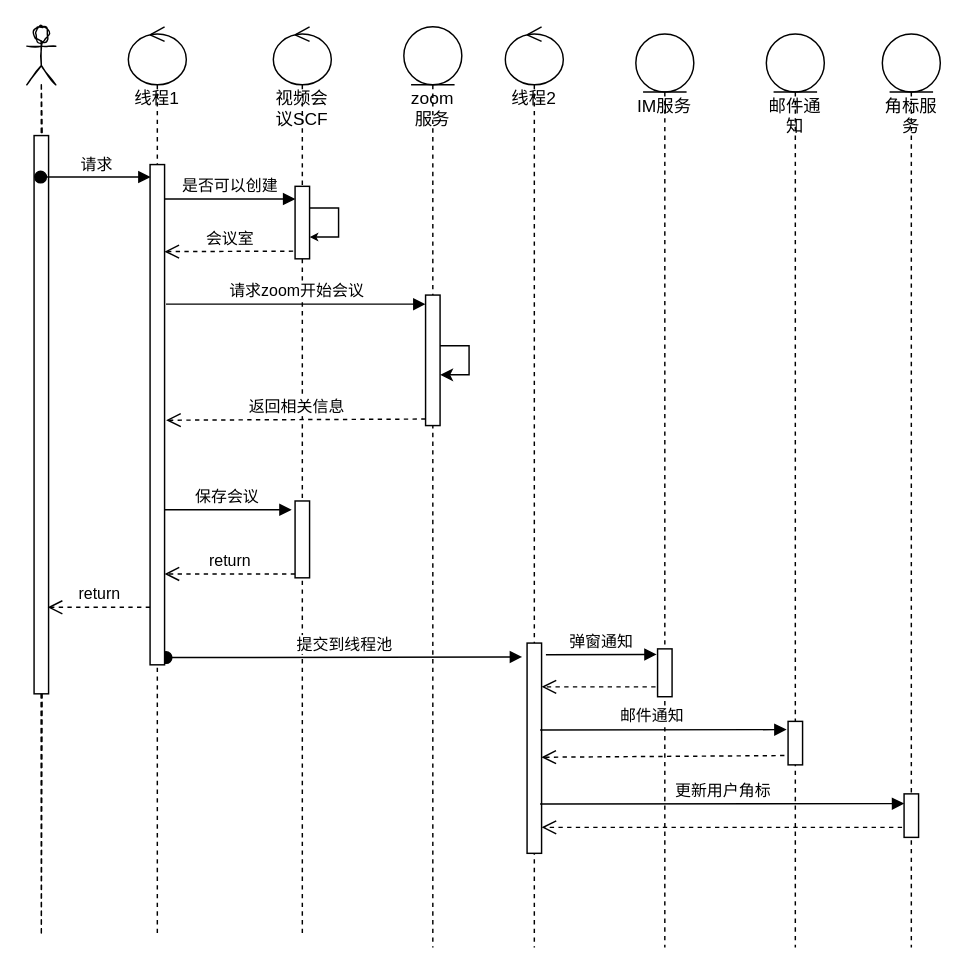
Before: page "第 4 页" (5 of 12) of shuzhi.drawio in nullbull/uml, a draw.io diagram. Source tidied: cells renumbered, new cells numbered last; positions are measured from the earlier drawing's top-left corner, leaving out a move shared by most shapes. Both pictures are drawn from the tidied source at 145%, with x=0, y=0 at pixel (26, 26).
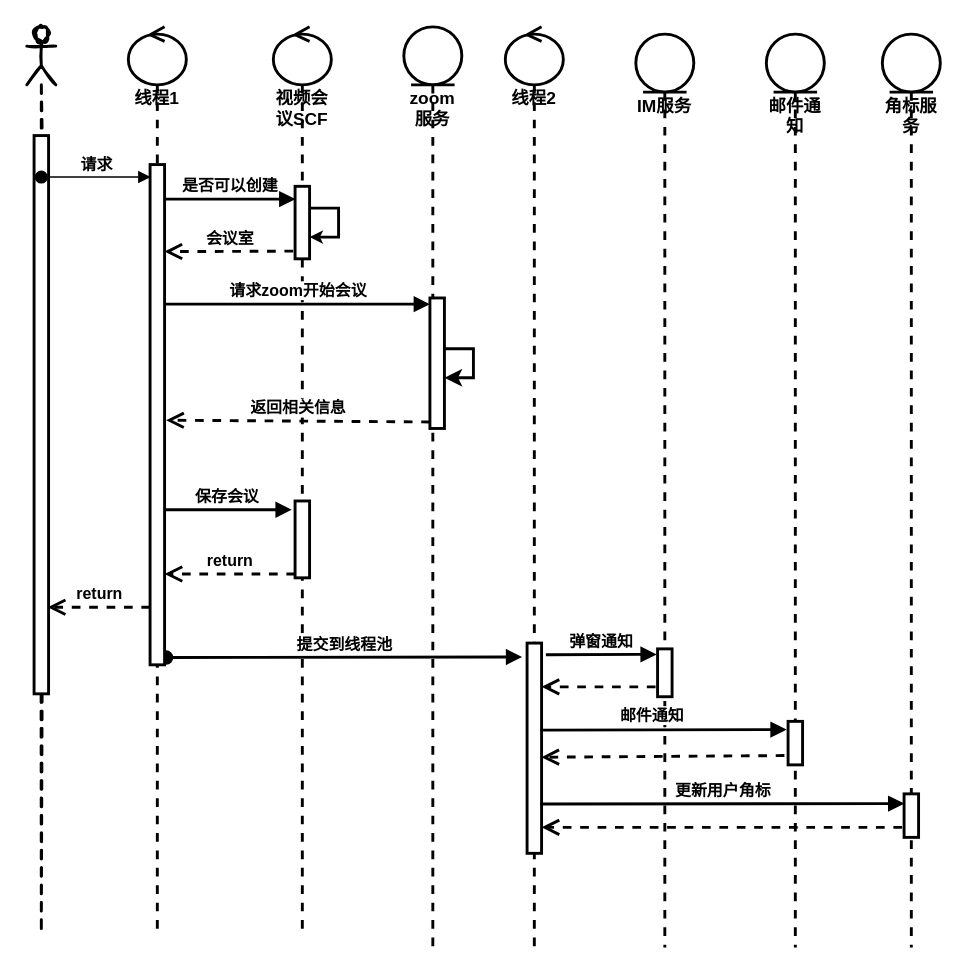
The same diagram, later.

Change to the diagram source:
```diff
@@
-    <mxCell id="2" style="shape=umlLifeline;participant=umlActor;perimeter=lifelinePerimeter;whiteSpace=wrap;html=1;verticalAlign=top;spacingTop=36;outlineConnect=0;sketch=1;" parent="1" vertex="1">
+    <mxCell id="2" style="shape=umlLifeline;participant=umlActor;perimeter=lifelinePerimeter;whiteSpace=wrap;html=1;verticalAlign=top;spacingTop=36;outlineConnect=0;sketch=1;fontStyle=1;strokeWidth=2;" parent="1" vertex="1">
       <mxGeometry width="20" height="625" as="geometry" />
     </mxCell>
-    <mxCell id="3" style="html=1;points=[];perimeter=orthogonalPerimeter;" parent="2" vertex="1">
+    <mxCell id="3" style="html=1;points=[];perimeter=orthogonalPerimeter;fontStyle=1;strokeWidth=2;" parent="2" vertex="1">
       <mxGeometry x="5" y="75" width="10" height="385" as="geometry" />
     </mxCell>
-    <mxCell id="4" value="线程1" style="shape=umlLifeline;participant=umlControl;perimeter=lifelinePerimeter;whiteSpace=wrap;html=1;verticalAlign=top;spacingTop=36;" parent="1" vertex="1">
+    <mxCell id="4" value="线程1" style="shape=umlLifeline;participant=umlControl;perimeter=lifelinePerimeter;whiteSpace=wrap;html=1;verticalAlign=top;spacingTop=36;fontStyle=1;strokeWidth=2;" parent="1" vertex="1">
       <mxGeometry x="70" width="40" height="625" as="geometry" />
     </mxCell>
-    <mxCell id="5" value="视频会议SCF" style="shape=umlLifeline;participant=umlControl;perimeter=lifelinePerimeter;whiteSpace=wrap;html=1;verticalAlign=top;spacingTop=36;" parent="1" vertex="1">
+    <mxCell id="5" value="视频会议SCF" style="shape=umlLifeline;participant=umlControl;perimeter=lifelinePerimeter;whiteSpace=wrap;html=1;verticalAlign=top;spacingTop=36;fontStyle=1;strokeWidth=2;" parent="1" vertex="1">
       <mxGeometry x="170" width="40" height="625" as="geometry" />
     </mxCell>
-    <mxCell id="6" style="html=1;points=[];perimeter=orthogonalPerimeter;" parent="5" vertex="1">
+    <mxCell id="6" style="html=1;points=[];perimeter=orthogonalPerimeter;fontStyle=1;strokeWidth=2;" parent="5" vertex="1">
       <mxGeometry x="15" y="110" width="10" height="50" as="geometry" />
     </mxCell>
-    <mxCell id="7" style="html=1;points=[];perimeter=orthogonalPerimeter;" parent="5" vertex="1">
+    <mxCell id="7" style="html=1;points=[];perimeter=orthogonalPerimeter;fontStyle=1;strokeWidth=2;" parent="5" vertex="1">
       <mxGeometry x="15" y="327" width="10" height="53" as="geometry" />
     </mxCell>
-    <mxCell id="8" style="edgeStyle=none;rounded=0;orthogonalLoop=1;jettySize=auto;html=1;startSize=3;endSize=3;fontFamily=Comic Sans MS;fontSize=13;" parent="5" edge="1" source="6" target="6">
+    <mxCell id="8" style="edgeStyle=none;rounded=0;orthogonalLoop=1;jettySize=auto;html=1;startSize=3;endSize=3;fontFamily=Comic Sans MS;fontSize=13;fontStyle=1;strokeWidth=2;" parent="5" edge="1" source="6" target="6">
       <mxGeometry relative="1" as="geometry" />
     </mxCell>
-    <mxCell id="9" value="请求" style="html=1;verticalAlign=bottom;startArrow=oval;endArrow=block;startSize=8;entryX=0.038;entryY=0.025;entryDx=0;entryDy=0;entryPerimeter=0;" parent="1" edge="1" source="2" target="36">
+    <mxCell id="9" value="请求" style="html=1;verticalAlign=bottom;startArrow=oval;endArrow=block;startSize=8;entryX=0.038;entryY=0.025;entryDx=0;entryDy=0;entryPerimeter=0;fontStyle=1;" parent="1" edge="1" source="2" target="36">
       <mxGeometry relative="1" as="geometry" />
     </mxCell>
-    <mxCell id="10" value="zoom服务" style="shape=umlLifeline;participant=umlEntity;perimeter=lifelinePerimeter;whiteSpace=wrap;html=1;verticalAlign=top;spacingTop=36;" parent="1" vertex="1">
+    <mxCell id="10" value="zoom服务" style="shape=umlLifeline;participant=umlEntity;perimeter=lifelinePerimeter;whiteSpace=wrap;html=1;verticalAlign=top;spacingTop=36;fontStyle=1;strokeWidth=2;" parent="1" vertex="1">
       <mxGeometry x="260" width="40" height="635" as="geometry" />
     </mxCell>
-    <mxCell id="11" style="html=1;points=[];perimeter=orthogonalPerimeter;" parent="10" vertex="1">
-      <mxGeometry x="15" y="185" width="10" height="90" as="geometry" />
+    <mxCell id="11" style="html=1;points=[];perimeter=orthogonalPerimeter;fontStyle=1;strokeWidth=2;" parent="10" vertex="1">
+      <mxGeometry x="18" y="187" width="10" height="90" as="geometry" />
     </mxCell>
-    <mxCell id="12" style="edgeStyle=none;rounded=0;orthogonalLoop=1;jettySize=auto;html=1;" parent="10" edge="1" source="11" target="11">
+    <mxCell id="12" style="edgeStyle=none;rounded=0;orthogonalLoop=1;jettySize=auto;html=1;fontStyle=1;strokeWidth=2;" parent="10" edge="1" source="11" target="11">
       <mxGeometry relative="1" as="geometry" />
     </mxCell>
-    <mxCell id="13" value="IM服务" style="shape=umlLifeline;participant=umlEntity;perimeter=lifelinePerimeter;whiteSpace=wrap;html=1;verticalAlign=top;spacingTop=36;" parent="1" vertex="1">
+    <mxCell id="13" value="IM服务" style="shape=umlLifeline;participant=umlEntity;perimeter=lifelinePerimeter;whiteSpace=wrap;html=1;verticalAlign=top;spacingTop=36;fontStyle=1;strokeWidth=2;" parent="1" vertex="1">
       <mxGeometry x="420" y="5" width="40" height="630" as="geometry" />
     </mxCell>
-    <mxCell id="14" style="html=1;points=[];perimeter=orthogonalPerimeter;" parent="13" vertex="1">
+    <mxCell id="14" style="html=1;points=[];perimeter=orthogonalPerimeter;fontStyle=1;strokeWidth=2;" parent="13" vertex="1">
       <mxGeometry x="15" y="424" width="10" height="33" as="geometry" />
     </mxCell>
-    <mxCell id="15" value="是否可以创建" style="html=1;verticalAlign=bottom;endArrow=block;entryX=0.02;entryY=0.176;entryDx=0;entryDy=0;entryPerimeter=0;" parent="1" edge="1" source="36" target="6">
+    <mxCell id="15" value="是否可以创建" style="html=1;verticalAlign=bottom;endArrow=block;entryX=0.02;entryY=0.176;entryDx=0;entryDy=0;entryPerimeter=0;fontStyle=1;strokeWidth=2;" parent="1" edge="1" source="36" target="6">
       <mxGeometry relative="1" as="geometry" />
     </mxCell>
-    <mxCell id="16" value="邮件通知" style="shape=umlLifeline;participant=umlEntity;perimeter=lifelinePerimeter;whiteSpace=wrap;html=1;verticalAlign=top;spacingTop=36;" parent="1" vertex="1">
+    <mxCell id="16" value="邮件通知" style="shape=umlLifeline;participant=umlEntity;perimeter=lifelinePerimeter;whiteSpace=wrap;html=1;verticalAlign=top;spacingTop=36;fontStyle=1;strokeWidth=2;" parent="1" vertex="1">
       <mxGeometry x="510" y="5" width="40" height="630" as="geometry" />
     </mxCell>
-    <mxCell id="17" style="html=1;points=[];perimeter=orthogonalPerimeter;" parent="16" vertex="1">
+    <mxCell id="17" style="html=1;points=[];perimeter=orthogonalPerimeter;fontStyle=1;strokeWidth=2;" parent="16" vertex="1">
       <mxGeometry x="15" y="474" width="10" height="30" as="geometry" />
     </mxCell>
-    <mxCell id="18" value="角标服务" style="shape=umlLifeline;participant=umlEntity;perimeter=lifelinePerimeter;whiteSpace=wrap;html=1;verticalAlign=top;spacingTop=36;" parent="1" vertex="1">
+    <mxCell id="18" value="角标服务" style="shape=umlLifeline;participant=umlEntity;perimeter=lifelinePerimeter;whiteSpace=wrap;html=1;verticalAlign=top;spacingTop=36;fontStyle=1;strokeWidth=2;" parent="1" vertex="1">
       <mxGeometry x="590" y="5" width="40" height="630" as="geometry" />
     </mxCell>
-    <mxCell id="19" style="html=1;points=[];perimeter=orthogonalPerimeter;" parent="18" vertex="1">
+    <mxCell id="19" style="html=1;points=[];perimeter=orthogonalPerimeter;fontStyle=1;strokeWidth=2;" parent="18" vertex="1">
       <mxGeometry x="15" y="524" width="10" height="30" as="geometry" />
     </mxCell>
-    <mxCell id="20" value="会议室" style="html=1;verticalAlign=bottom;endArrow=open;dashed=1;endSize=8;exitX=-0.133;exitY=0.894;exitDx=0;exitDy=0;exitPerimeter=0;entryX=0.99;entryY=0.174;entryDx=0;entryDy=0;entryPerimeter=0;" parent="1" edge="1" source="6" target="36">
+    <mxCell id="20" value="会议室" style="html=1;verticalAlign=bottom;endArrow=open;dashed=1;endSize=8;exitX=-0.133;exitY=0.894;exitDx=0;exitDy=0;exitPerimeter=0;entryX=0.99;entryY=0.174;entryDx=0;entryDy=0;entryPerimeter=0;fontStyle=1;strokeWidth=2;" parent="1" edge="1" source="6" target="36">
       <mxGeometry relative="1" as="geometry" />
     </mxCell>
-    <mxCell id="21" value="请求zoom开始会议" style="html=1;verticalAlign=bottom;endArrow=block;exitX=1.1;exitY=0.279;exitDx=0;exitDy=0;exitPerimeter=0;" parent="1" edge="1" source="36" target="11">
+    <mxCell id="21" value="请求zoom开始会议" style="html=1;verticalAlign=bottom;endArrow=block;exitX=1.1;exitY=0.279;exitDx=0;exitDy=0;exitPerimeter=0;fontStyle=1;strokeWidth=2;" parent="1" edge="1" source="36" target="11">
       <mxGeometry relative="1" as="geometry" />
     </mxCell>
-    <mxCell id="22" value="返回相关信息" style="html=1;verticalAlign=bottom;endArrow=open;dashed=1;endSize=8;exitX=0;exitY=0.95;entryX=1.105;entryY=0.511;entryDx=0;entryDy=0;entryPerimeter=0;" parent="1" edge="1" source="11" target="36">
+    <mxCell id="22" value="返回相关信息" style="html=1;verticalAlign=bottom;endArrow=open;dashed=1;endSize=8;exitX=0;exitY=0.95;entryX=1.105;entryY=0.511;entryDx=0;entryDy=0;entryPerimeter=0;fontStyle=1;strokeWidth=2;" parent="1" edge="1" source="11" target="36">
       <mxGeometry relative="1" as="geometry" />
     </mxCell>
-    <mxCell id="23" value="return" style="html=1;verticalAlign=bottom;endArrow=open;dashed=1;endSize=8;exitX=0;exitY=0.95;" parent="1" edge="1" source="7" target="36">
+    <mxCell id="23" value="return" style="html=1;verticalAlign=bottom;endArrow=open;dashed=1;endSize=8;exitX=0;exitY=0.95;fontStyle=1;strokeWidth=2;" parent="1" edge="1" source="7" target="36">
       <mxGeometry relative="1" as="geometry" />
     </mxCell>
-    <mxCell id="24" value="return" style="html=1;verticalAlign=bottom;endArrow=open;dashed=1;endSize=8;entryX=0.94;entryY=0.845;entryDx=0;entryDy=0;entryPerimeter=0;" parent="1" edge="1" source="36" target="3">
+    <mxCell id="24" value="return" style="html=1;verticalAlign=bottom;endArrow=open;dashed=1;endSize=8;entryX=0.94;entryY=0.845;entryDx=0;entryDy=0;entryPerimeter=0;fontStyle=1;strokeWidth=2;" parent="1" edge="1" source="36" target="3">
       <mxGeometry relative="1" as="geometry" />
     </mxCell>
-    <mxCell id="25" value="保存会议" style="html=1;verticalAlign=bottom;endArrow=block;entryX=-0.233;entryY=0.114;entryDx=0;entryDy=0;entryPerimeter=0;exitX=0.929;exitY=0.69;exitDx=0;exitDy=0;exitPerimeter=0;" parent="1" edge="1" source="36" target="7">
+    <mxCell id="25" value="保存会议" style="html=1;verticalAlign=bottom;endArrow=block;entryX=-0.233;entryY=0.114;entryDx=0;entryDy=0;entryPerimeter=0;exitX=0.929;exitY=0.69;exitDx=0;exitDy=0;exitPerimeter=0;fontStyle=1;strokeWidth=2;" parent="1" edge="1" source="36" target="7">
       <mxGeometry relative="1" as="geometry" />
     </mxCell>
-    <mxCell id="26" value="线程2" style="shape=umlLifeline;participant=umlControl;perimeter=lifelinePerimeter;whiteSpace=wrap;html=1;verticalAlign=top;spacingTop=36;" parent="1" vertex="1">
+    <mxCell id="26" value="线程2" style="shape=umlLifeline;participant=umlControl;perimeter=lifelinePerimeter;whiteSpace=wrap;html=1;verticalAlign=top;spacingTop=36;fontStyle=1;strokeWidth=2;" parent="1" vertex="1">
       <mxGeometry x="330" width="40" height="635" as="geometry" />
     </mxCell>
-    <mxCell id="27" style="html=1;points=[];perimeter=orthogonalPerimeter;" parent="26" vertex="1">
+    <mxCell id="27" style="html=1;points=[];perimeter=orthogonalPerimeter;fontStyle=1;strokeWidth=2;" parent="26" vertex="1">
       <mxGeometry x="15" y="425" width="10" height="145" as="geometry" />
     </mxCell>
-    <mxCell id="28" value="提交到线程池" style="html=1;verticalAlign=bottom;startArrow=oval;endArrow=block;startSize=8;entryX=-0.34;entryY=0.066;entryDx=0;entryDy=0;entryPerimeter=0;" parent="1" edge="1" target="27">
+    <mxCell id="28" value="提交到线程池" style="html=1;verticalAlign=bottom;startArrow=oval;endArrow=block;startSize=8;entryX=-0.34;entryY=0.066;entryDx=0;entryDy=0;entryPerimeter=0;fontStyle=1;strokeWidth=2;" parent="1" edge="1" target="27">
       <mxGeometry relative="1" as="geometry">
         <mxPoint x="96" y="435" as="sourcePoint" />
       </mxGeometry>
     </mxCell>
-    <mxCell id="29" value="弹窗通知" style="html=1;verticalAlign=bottom;endArrow=block;entryX=-0.06;entryY=0.115;entryDx=0;entryDy=0;entryPerimeter=0;" parent="1" edge="1" target="14">
+    <mxCell id="29" value="弹窗通知" style="html=1;verticalAlign=bottom;endArrow=block;entryX=-0.06;entryY=0.115;entryDx=0;entryDy=0;entryPerimeter=0;fontStyle=1;strokeWidth=2;" parent="1" edge="1" target="14">
       <mxGeometry relative="1" as="geometry">
         <mxPoint x="358" y="433" as="sourcePoint" />
       </mxGeometry>
     </mxCell>
-    <mxCell id="30" style="html=1;verticalAlign=bottom;endArrow=open;dashed=1;endSize=8;exitX=-0.14;exitY=0.794;exitDx=0;exitDy=0;exitPerimeter=0;" parent="1" edge="1" source="14" target="27">
+    <mxCell id="30" style="html=1;verticalAlign=bottom;endArrow=open;dashed=1;endSize=8;exitX=-0.14;exitY=0.794;exitDx=0;exitDy=0;exitPerimeter=0;fontStyle=1;strokeWidth=2;" parent="1" edge="1" source="14" target="27">
       <mxGeometry relative="1" as="geometry" />
     </mxCell>
-    <mxCell id="31" style="html=1;verticalAlign=bottom;endArrow=open;dashed=1;endSize=8;exitX=-0.252;exitY=0.786;exitDx=0;exitDy=0;exitPerimeter=0;entryX=0.986;entryY=0.543;entryDx=0;entryDy=0;entryPerimeter=0;" parent="1" edge="1" source="17" target="27">
+    <mxCell id="31" style="html=1;verticalAlign=bottom;endArrow=open;dashed=1;endSize=8;exitX=-0.252;exitY=0.786;exitDx=0;exitDy=0;exitPerimeter=0;entryX=0.986;entryY=0.543;entryDx=0;entryDy=0;entryPerimeter=0;fontStyle=1;strokeWidth=2;" parent="1" edge="1" source="17" target="27">
       <mxGeometry relative="1" as="geometry" />
     </mxCell>
-    <mxCell id="32" style="html=1;verticalAlign=bottom;endArrow=block;entryX=-0.1;entryY=0.189;entryDx=0;entryDy=0;entryPerimeter=0;" parent="1" edge="1" target="17">
+    <mxCell id="32" style="html=1;verticalAlign=bottom;endArrow=block;entryX=-0.1;entryY=0.189;entryDx=0;entryDy=0;entryPerimeter=0;fontStyle=1;strokeWidth=2;" parent="1" edge="1" target="17">
       <mxGeometry relative="1" as="geometry">
         <mxPoint x="354" y="485" as="sourcePoint" />
       </mxGeometry>
     </mxCell>
-    <mxCell id="33" value="邮件通知" style="edgeLabel;html=1;align=center;verticalAlign=middle;" parent="32" vertex="1">
+    <mxCell id="33" value="邮件通知" style="edgeLabel;html=1;align=center;verticalAlign=middle;fontStyle=1;" parent="32" vertex="1">
       <mxGeometry x="0.18" relative="1" as="geometry">
         <mxPoint x="-23" y="-10" as="offset" />
       </mxGeometry>
     </mxCell>
-    <mxCell id="34" value="更新用户角标" style="html=1;verticalAlign=bottom;endArrow=block;entryX=0.014;entryY=0.224;entryDx=0;entryDy=0;entryPerimeter=0;" parent="1" edge="1" target="19">
+    <mxCell id="34" value="更新用户角标" style="html=1;verticalAlign=bottom;endArrow=block;entryX=0.014;entryY=0.224;entryDx=0;entryDy=0;entryPerimeter=0;fontStyle=1;strokeWidth=2;" parent="1" edge="1" target="19">
       <mxGeometry relative="1" as="geometry">
         <mxPoint x="354" y="536" as="sourcePoint" />
       </mxGeometry>
     </mxCell>
-    <mxCell id="35" style="html=1;verticalAlign=bottom;endArrow=open;dashed=1;endSize=8;exitX=-0.138;exitY=0.77;exitDx=0;exitDy=0;exitPerimeter=0;" parent="1" edge="1" source="19" target="27">
+    <mxCell id="35" style="html=1;verticalAlign=bottom;endArrow=open;dashed=1;endSize=8;exitX=-0.138;exitY=0.77;exitDx=0;exitDy=0;exitPerimeter=0;fontStyle=1;strokeWidth=2;" parent="1" edge="1" source="19" target="27">
       <mxGeometry relative="1" as="geometry" />
     </mxCell>
-    <mxCell id="36" style="html=1;points=[];perimeter=orthogonalPerimeter;" parent="1" vertex="1">
+    <mxCell id="36" style="html=1;points=[];perimeter=orthogonalPerimeter;fontStyle=1;strokeWidth=2;" parent="1" vertex="1">
       <mxGeometry x="85" y="95" width="10" height="345" as="geometry" />
     </mxCell>
```
